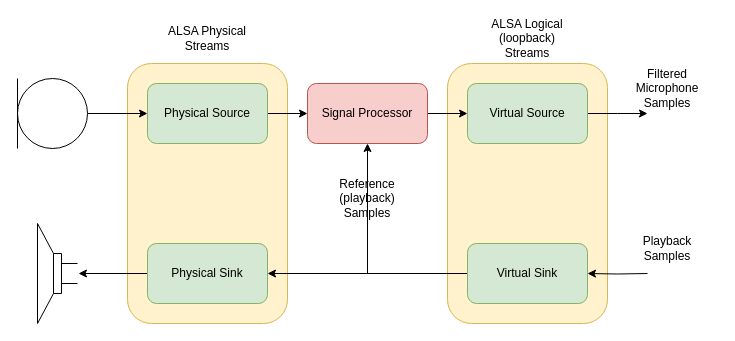
Earlier version of the draw.io diagram doc/pic/audio_chain.drawio (nxp-imx/nxp-afe). Source tidied: cells renumbered, new cells numbered last; positions are measured from the earlier drawing's top-left corner, leaving out a move shared by most shapes. Both pictures are drawn from the tidied source at 100%, with x=0, y=0 at pixel (17, 23).
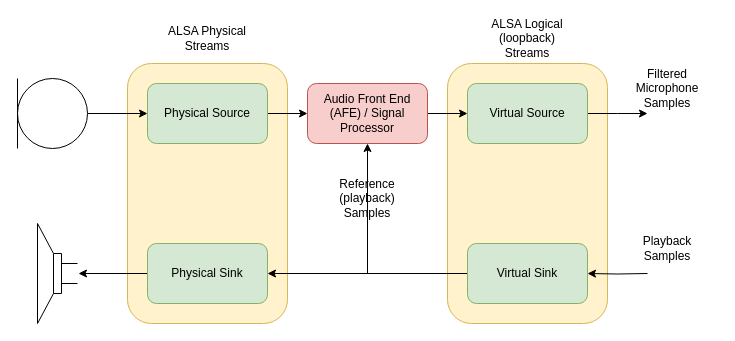
The same diagram, later.

Commit message (it also covers changes not shown here):
Updated naming of Signal Processor in drawing

Diff of the diagram source:
```diff
@@
-    <mxCell id="18" value="Signal Processor" style="rounded=1;whiteSpace=wrap;html=1;fillColor=#f8cecc;strokeColor=#b85450;" parent="1" vertex="1">
+    <mxCell id="18" value="Audio Front End (AFE) / Signal Processor" style="rounded=1;whiteSpace=wrap;html=1;fillColor=#f8cecc;strokeColor=#b85450;" parent="1" vertex="1">
       <mxGeometry x="290" y="60" width="120" height="60" as="geometry" />
     </mxCell>
```
